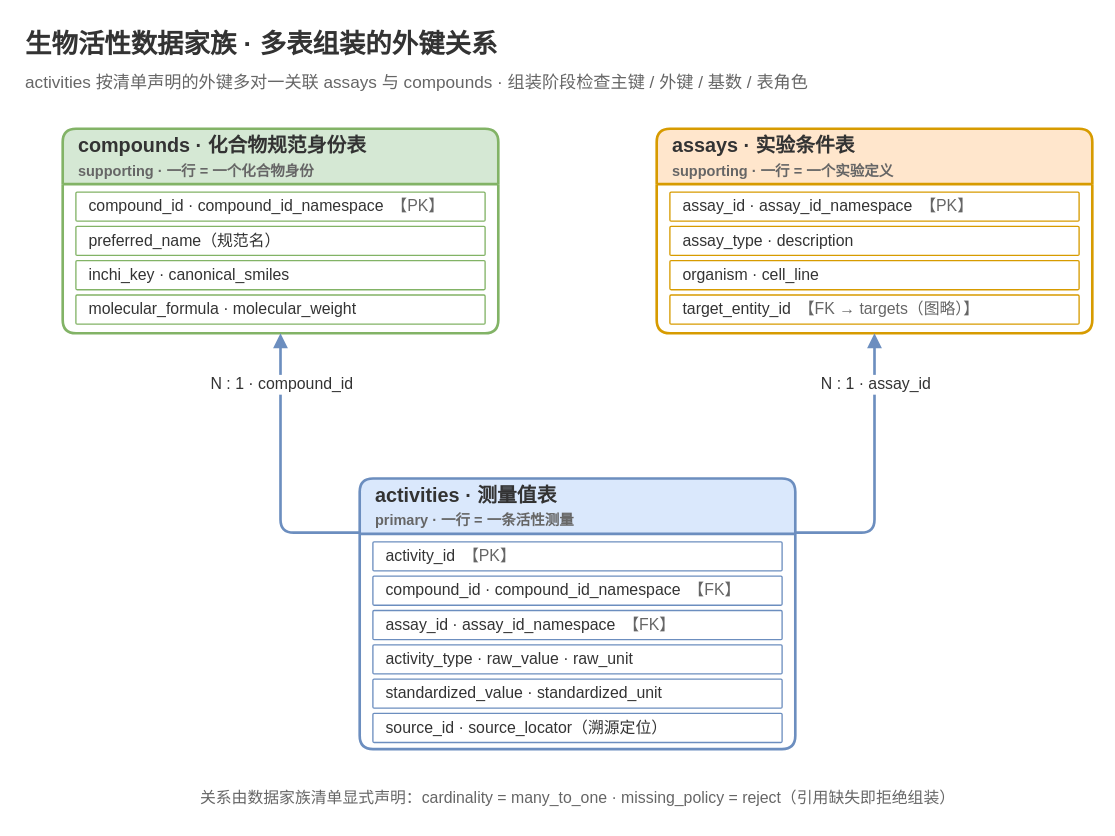
Earlier version of the draw.io diagram docs/architecture/biomed-qagent-bioactivity-multitable-fk.drawio (Lidozs55/BioMed-QAgent). Source tidied: cells renumbered, new cells numbered last; positions are measured from the earlier drawing's top-left corner, leaving out a move shared by most shapes. Both pictures are drawn from the tidied source at 132%, with x=0, y=0 at pixel (22, 22).
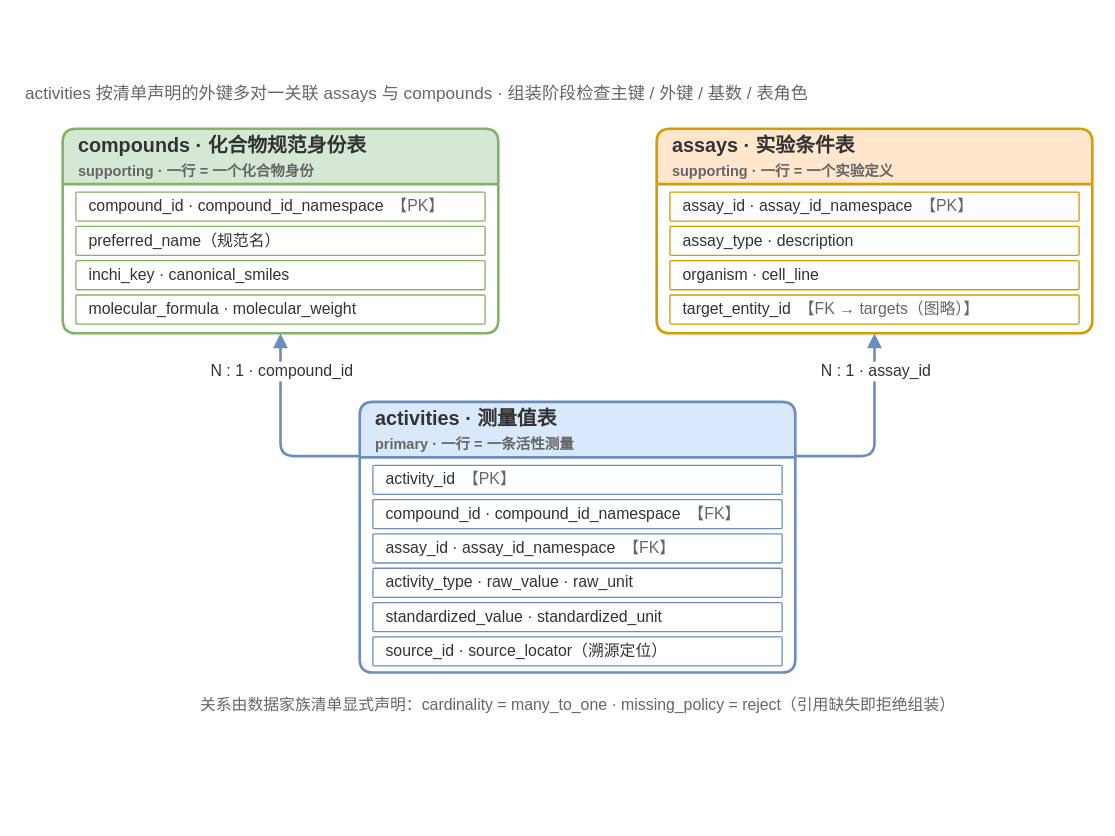
After the change.

Commit message (it also covers changes not shown here):
docs: qoder results & figures

The change refers to these unchanged cells:
```xml
<mxCell id="4" value="&lt;b&gt;compounds · 化合物规范身份表&lt;/b&gt;&#10;&lt;font color=&quot;#666666&quot; style=&quot;font-size:11px;&quot;&gt;supporting · 一行 = 一个化合物身份&lt;/font&gt;" style="swimlane;startSize=42;horizontal=1;rounded=1;arcSize=8;whiteSpace=wrap;html=1;fontSize=15;fontColor=#333333;fillColor=#D5E8D4;swimlaneFillColor=#FFFFFF;strokeColor=#82B366;strokeWidth=2;spacingLeft=10;align=left;" parent="1" vertex="1">
  <mxGeometry x="30" y="80" width="330" height="155" as="geometry" />
</mxCell>
<mxCell id="9" value="&lt;b&gt;assays · 实验条件表&lt;/b&gt;&#10;&lt;font color=&quot;#666666&quot; style=&quot;font-size:11px;&quot;&gt;supporting · 一行 = 一个实验定义&lt;/font&gt;" style="swimlane;startSize=42;horizontal=1;rounded=1;arcSize=8;whiteSpace=wrap;html=1;fontSize=15;fontColor=#333333;fillColor=#FFE6CC;swimlaneFillColor=#FFFFFF;strokeColor=#D79B00;strokeWidth=2;spacingLeft=10;align=left;" parent="1" vertex="1">
  <mxGeometry x="480" y="80" width="330" height="155" as="geometry" />
</mxCell>
```

The edit, as a diff of the source:
```diff
@@
-    <mxCell id="2" value="生物活性数据家族 · 多表组装的外键关系" style="text;html=1;align=left;verticalAlign=middle;fontSize=20;fontColor=#333333;fontStyle=1;" parent="1" vertex="1">
-      <mxGeometry width="700" height="30" as="geometry" />
-    </mxCell>
     <mxCell id="3" value="activities 按清单声明的外键多对一关联 assays 与 compounds · 组装阶段检查主键 / 外键 / 基数 / 表角色" style="text;html=1;align=left;verticalAlign=middle;fontSize=13;fontColor=#666666;" parent="1" vertex="1">
-      <mxGeometry y="33" width="800" height="24" as="geometry" />
+      <mxGeometry y="41" width="800" height="24" as="geometry" />
     </mxCell>
@@
     <mxCell id="14" value="&lt;b&gt;activities · 测量值表&lt;/b&gt;&#10;&lt;font color=&quot;#666666&quot; style=&quot;font-size:11px;&quot;&gt;primary · 一行 = 一条活性测量&lt;/font&gt;" style="swimlane;startSize=42;horizontal=1;rounded=1;arcSize=8;whiteSpace=wrap;html=1;fontSize=15;fontColor=#333333;fillColor=#DAE8FC;swimlaneFillColor=#FFFFFF;strokeColor=#6C8EBF;strokeWidth=2;spacingLeft=10;align=left;" parent="1" vertex="1">
-      <mxGeometry x="255" y="345" width="330" height="205" as="geometry" />
+      <mxGeometry x="255" y="287" width="330" height="205" as="geometry" />
     </mxCell>
@@
     <mxCell id="21" style="edgeStyle=orthogonalEdgeStyle;rounded=1;html=1;strokeColor=#6C8EBF;strokeWidth=2;exitX=0;exitY=0.2;exitDx=0;exitDy=0;entryX=0.5;entryY=1;entryDx=0;entryDy=0;endArrow=block;endFill=1;" parent="1" edge="1" source="14" target="4">
       <mxGeometry relative="1" as="geometry">
         <Array as="points">
-          <mxPoint x="195" y="386" />
+          <mxPoint x="195.1" y="328.1" />
         </Array>
       </mxGeometry>
     </mxCell>
@@
     <mxCell id="23" style="edgeStyle=orthogonalEdgeStyle;rounded=1;html=1;strokeColor=#6C8EBF;strokeWidth=2;exitX=1;exitY=0.2;exitDx=0;exitDy=0;entryX=0.5;entryY=1;entryDx=0;entryDy=0;endArrow=block;endFill=1;" parent="1" edge="1" source="14" target="9">
       <mxGeometry relative="1" as="geometry">
         <Array as="points">
-          <mxPoint x="645" y="386" />
+          <mxPoint x="645.1" y="328.1" />
         </Array>
       </mxGeometry>
     </mxCell>
@@
     <mxCell id="25" value="关系由数据家族清单显式声明：cardinality = many_to_one · missing_policy = reject（引用缺失即拒绝组装）" style="text;html=1;align=center;verticalAlign=middle;fontSize=12;fontColor=#666666;" parent="1" vertex="1">
-      <mxGeometry x="30" y="575" width="780" height="24" as="geometry" />
+      <mxGeometry x="30" y="505" width="780" height="24" as="geometry" />
     </mxCell>
```
